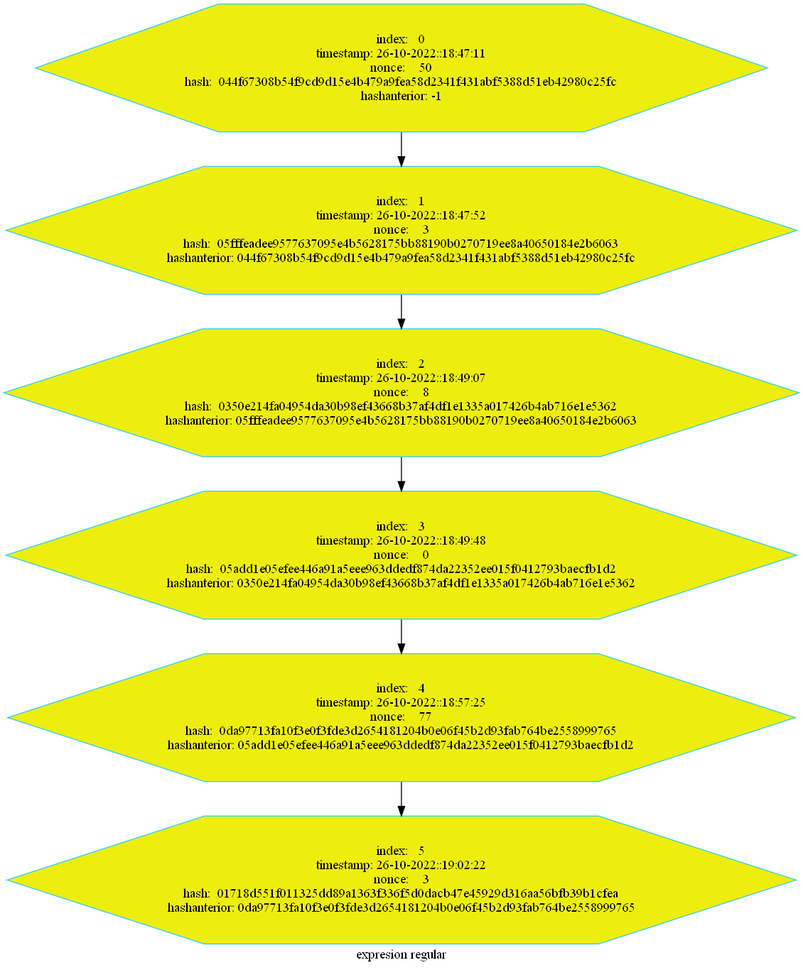
This is BLOCKCHAIN.png from betebetoven/EDDS2F2, a Graphviz export, as it was before one commit. Its source is kept beside it as BLOCKCHAIN.dot. Source of this version:
```dot
digraph G
{label="expresion regular"
        node[shape = hexagon]
        node[style = filled]
        node[fillcolor = "#EEEEE"]
        node[color = "#EEEEE"]
        node[color = "#31CEF0"]

"index:   0
timestamp: 26-10-2022::18:47:11
nonce:    50
hash:  044f67308b54f9cd9d15e4b479a9fea58d2341f431abf5388d51eb42980c25fc
hashanterior: -1"->"index:   1
timestamp: 26-10-2022::18:47:52
nonce:    3
hash:  05fffeadee9577637095e4b5628175bb88190b0270719ee8a40650184e2b6063
hashanterior: 044f67308b54f9cd9d15e4b479a9fea58d2341f431abf5388d51eb42980c25fc"
"index:   1
timestamp: 26-10-2022::18:47:52
nonce:    3
hash:  05fffeadee9577637095e4b5628175bb88190b0270719ee8a40650184e2b6063
hashanterior: 044f67308b54f9cd9d15e4b479a9fea58d2341f431abf5388d51eb42980c25fc"->"index:   2
timestamp: 26-10-2022::18:49:07
nonce:    8
hash:  0350e214fa04954da30b98ef43668b37af4df1e1335a017426b4ab716e1e5362
hashanterior: 05fffeadee9577637095e4b5628175bb88190b0270719ee8a40650184e2b6063"
"index:   2
timestamp: 26-10-2022::18:49:07
nonce:    8
hash:  0350e214fa04954da30b98ef43668b37af4df1e1335a017426b4ab716e1e5362
hashanterior: 05fffeadee9577637095e4b5628175bb88190b0270719ee8a40650184e2b6063"->"index:   3
timestamp: 26-10-2022::18:49:48
nonce:    0
hash:  05add1e05efee446a91a5eee963ddedf874da22352ee015f0412793baecfb1d2
hashanterior: 0350e214fa04954da30b98ef43668b37af4df1e1335a017426b4ab716e1e5362"
"index:   3
timestamp: 26-10-2022::18:49:48
nonce:    0
hash:  05add1e05efee446a91a5eee963ddedf874da22352ee015f0412793baecfb1d2
hashanterior: 0350e214fa04954da30b98ef43668b37af4df1e1335a017426b4ab716e1e5362"->"index:   4
timestamp: 26-10-2022::18:57:25
nonce:    77
hash:  0da97713fa10f3e0f3fde3d2654181204b0e06f45b2d93fab764be2558999765
hashanterior: 05add1e05efee446a91a5eee963ddedf874da22352ee015f0412793baecfb1d2"
"index:   4
timestamp: 26-10-2022::18:57:25
nonce:    77
hash:  0da97713fa10f3e0f3fde3d2654181204b0e06f45b2d93fab764be2558999765
hashanterior: 05add1e05efee446a91a5eee963ddedf874da22352ee015f0412793baecfb1d2"->"index:   5
timestamp: 26-10-2022::19:02:22
nonce:    3
hash:  01718d551f011325dd89a1363f336f5d0dacb47e45929d316aa56bfb39b1cfea
hashanterior: 0da97713fa10f3e0f3fde3d2654181204b0e06f45b2d93fab764be2558999765"
}
```
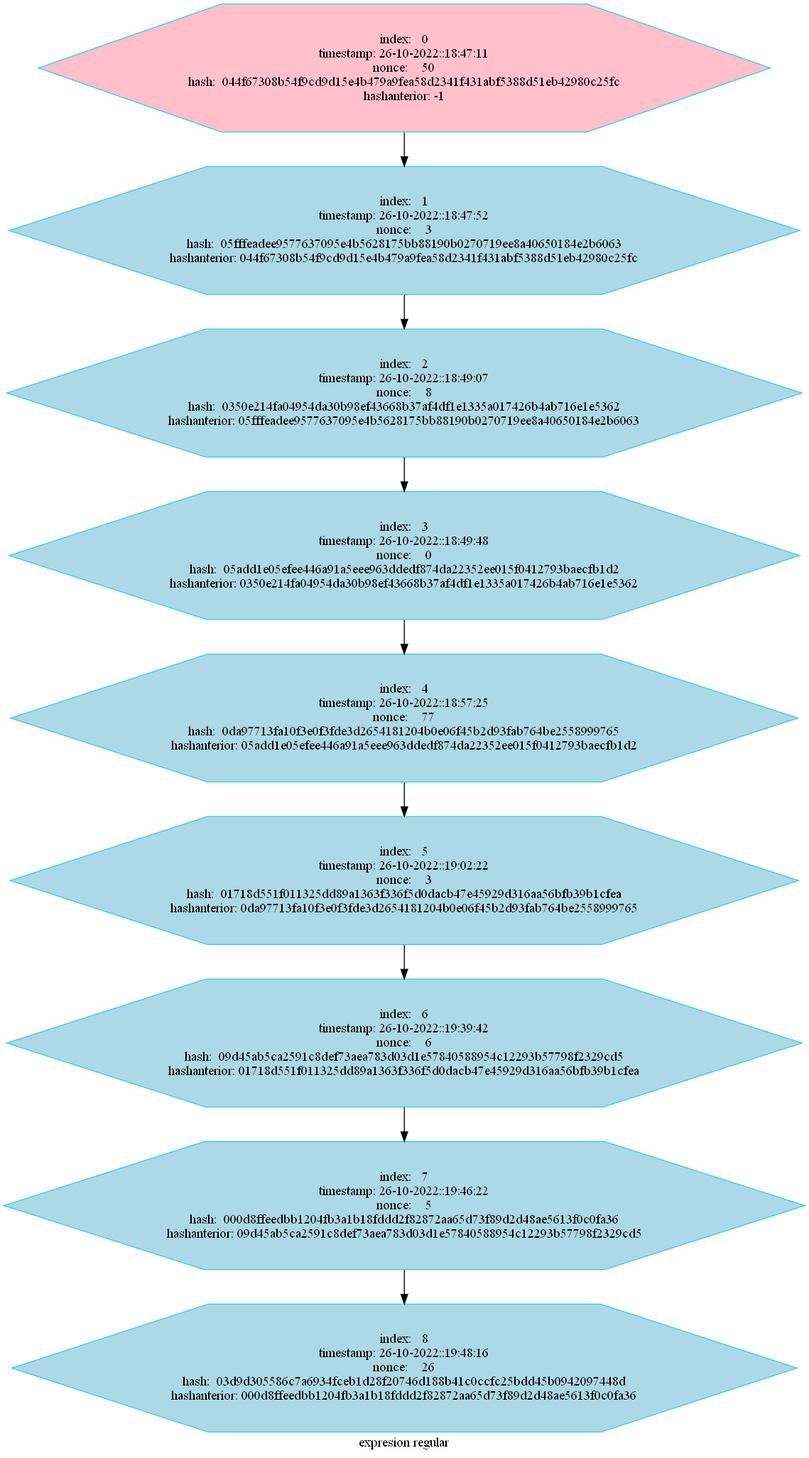
The same file after the commit.

The edit, as a diff of the source:
```diff
@@ -51,4 +51,76 @@
 nonce:    3
 hash:  01718d551f011325dd89a1363f336f5d0dacb47e45929d316aa56bfb39b1cfea
 hashanterior: 0da97713fa10f3e0f3fde3d2654181204b0e06f45b2d93fab764be2558999765"
+"index:   5
+timestamp: 26-10-2022::19:02:22
+nonce:    3
+hash:  01718d551f011325dd89a1363f336f5d0dacb47e45929d316aa56bfb39b1cfea
+hashanterior: 0da97713fa10f3e0f3fde3d2654181204b0e06f45b2d93fab764be2558999765"->"index:   6
+timestamp: 26-10-2022::19:39:42
+nonce:    6
+hash:  09d45ab5ca2591c8def73aea783d03d1e57840588954c12293b57798f2329cd5
+hashanterior: 01718d551f011325dd89a1363f336f5d0dacb47e45929d316aa56bfb39b1cfea"
+"index:   6
+timestamp: 26-10-2022::19:39:42
+nonce:    6
+hash:  09d45ab5ca2591c8def73aea783d03d1e57840588954c12293b57798f2329cd5
+hashanterior: 01718d551f011325dd89a1363f336f5d0dacb47e45929d316aa56bfb39b1cfea"->"index:   7
+timestamp: 26-10-2022::19:46:22
+nonce:    5
+hash:  000d8ffeedbb1204fb3a1b18fddd2f82872aa65d73f89d2d48ae5613f0c0fa36
+hashanterior: 09d45ab5ca2591c8def73aea783d03d1e57840588954c12293b57798f2329cd5"
+"index:   7
+timestamp: 26-10-2022::19:46:22
+nonce:    5
+hash:  000d8ffeedbb1204fb3a1b18fddd2f82872aa65d73f89d2d48ae5613f0c0fa36
+hashanterior: 09d45ab5ca2591c8def73aea783d03d1e57840588954c12293b57798f2329cd5"->"index:   8
+timestamp: 26-10-2022::19:48:16
+nonce:    26
+hash:  03d9d305586c7a6934fceb1d28f20746d188b41c0ccfc25bdd45b0942097448d
+hashanterior: 000d8ffeedbb1204fb3a1b18fddd2f82872aa65d73f89d2d48ae5613f0c0fa36"
+"index:   0
+timestamp: 26-10-2022::18:47:11
+nonce:    50
+hash:  044f67308b54f9cd9d15e4b479a9fea58d2341f431abf5388d51eb42980c25fc
+hashanterior: -1"[fillcolor="pink"]
+"index:   1
+timestamp: 26-10-2022::18:47:52
+nonce:    3
+hash:  05fffeadee9577637095e4b5628175bb88190b0270719ee8a40650184e2b6063
+hashanterior: 044f67308b54f9cd9d15e4b479a9fea58d2341f431abf5388d51eb42980c25fc"[fillcolor="lightblue"]
+"index:   2
+timestamp: 26-10-2022::18:49:07
+nonce:    8
+hash:  0350e214fa04954da30b98ef43668b37af4df1e1335a017426b4ab716e1e5362
+hashanterior: 05fffeadee9577637095e4b5628175bb88190b0270719ee8a40650184e2b6063"[fillcolor="lightblue"]
+"index:   3
+timestamp: 26-10-2022::18:49:48
+nonce:    0
+hash:  05add1e05efee446a91a5eee963ddedf874da22352ee015f0412793baecfb1d2
+hashanterior: 0350e214fa04954da30b98ef43668b37af4df1e1335a017426b4ab716e1e5362"[fillcolor="lightblue"]
+"index:   4
+timestamp: 26-10-2022::18:57:25
+nonce:    77
+hash:  0da97713fa10f3e0f3fde3d2654181204b0e06f45b2d93fab764be2558999765
+hashanterior: 05add1e05efee446a91a5eee963ddedf874da22352ee015f0412793baecfb1d2"[fillcolor="lightblue"]
+"index:   5
+timestamp: 26-10-2022::19:02:22
+nonce:    3
+hash:  01718d551f011325dd89a1363f336f5d0dacb47e45929d316aa56bfb39b1cfea
+hashanterior: 0da97713fa10f3e0f3fde3d2654181204b0e06f45b2d93fab764be2558999765"[fillcolor="lightblue"]
+"index:   6
+timestamp: 26-10-2022::19:39:42
+nonce:    6
+hash:  09d45ab5ca2591c8def73aea783d03d1e57840588954c12293b57798f2329cd5
+hashanterior: 01718d551f011325dd89a1363f336f5d0dacb47e45929d316aa56bfb39b1cfea"[fillcolor="lightblue"]
+"index:   7
+timestamp: 26-10-2022::19:46:22
+nonce:    5
+hash:  000d8ffeedbb1204fb3a1b18fddd2f82872aa65d73f89d2d48ae5613f0c0fa36
+hashanterior: 09d45ab5ca2591c8def73aea783d03d1e57840588954c12293b57798f2329cd5"[fillcolor="lightblue"]
+"index:   8
+timestamp: 26-10-2022::19:48:16
+nonce:    26
+hash:  03d9d305586c7a6934fceb1d28f20746d188b41c0ccfc25bdd45b0942097448d
+hashanterior: 000d8ffeedbb1204fb3a1b18fddd2f82872aa65d73f89d2d48ae5613f0c0fa36"[fillcolor="lightblue"]
 }
```
